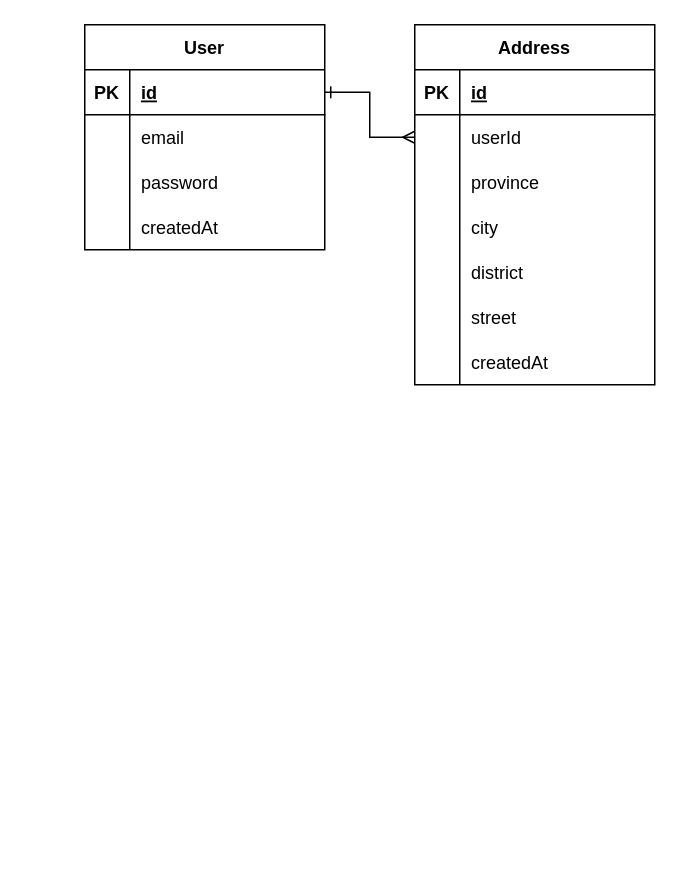
SudalKing/Shopping_mall keeps this draw.io diagram as 제목 없는 다이어그램.drawio. Above is the earlier version. Source tidied: cells renumbered, new cells numbered last; positions are measured from the earlier drawing's top-left corner, leaving out a move shared by most shapes. Both pictures are drawn from the tidied source at 150%, with x=0, y=0 at pixel (84, 24).
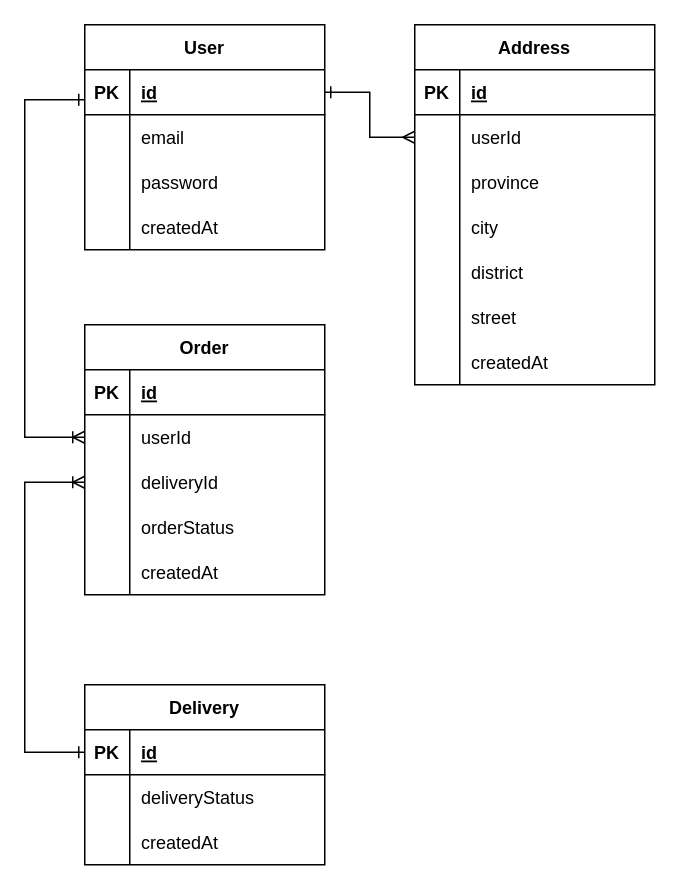
Above is the later version.

Commit message (it also covers changes not shown here):
제목 없는 다이어그램.drawio

What changed in the source:
```diff
@@
+    <mxCell id="38" value="Order" style="shape=table;startSize=30;childLayout=tableLayout;rowLines=0;fontStyle=1;align=center;" parent="1" vertex="1">
+      <mxGeometry y="200" width="160" height="180" as="geometry" />
+    </mxCell>
+    <mxCell id="39" style="shape=partialRectangle;fillColor=none;top=0;left=0;right=0;bottom=1;" parent="38" vertex="1">
+      <mxGeometry y="30" width="160" height="30" as="geometry" />
+    </mxCell>
+    <mxCell id="40" value="PK" style="shape=partialRectangle;overflow=hidden;fillColor=none;top=0;left=0;bottom=0;right=0;fontStyle=1;" parent="39" vertex="1">
+      <mxGeometry width="30" height="30" as="geometry" />
+    </mxCell>
+    <mxCell id="41" value="id" style="shape=partialRectangle;overflow=hidden;fillColor=none;top=0;left=0;bottom=0;right=0;align=left;spacingLeft=6;fontStyle=5;" parent="39" vertex="1">
+      <mxGeometry x="30" width="130" height="30" as="geometry" />
+    </mxCell>
+    <mxCell id="42" style="shape=partialRectangle;fillColor=none;points=[[0,0.5],[1,0.5]];portConstraint=eastwest;top=0;left=0;right=0;bottom=0;" parent="38" vertex="1">
+      <mxGeometry y="60" width="160" height="30" as="geometry" />
+    </mxCell>
+    <mxCell id="43" style="shape=partialRectangle;overflow=hidden;fillColor=none;top=0;left=0;bottom=0;right=0;" parent="42" vertex="1">
+      <mxGeometry width="30" height="30" as="geometry" />
+    </mxCell>
+    <mxCell id="44" value="userId" style="shape=partialRectangle;overflow=hidden;fillColor=none;top=0;left=0;bottom=0;right=0;align=left;spacingLeft=6;" parent="42" vertex="1">
+      <mxGeometry x="30" width="130" height="30" as="geometry" />
+    </mxCell>
+    <mxCell id="45" style="shape=partialRectangle;fillColor=none;points=[[0,0.5],[1,0.5]];portConstraint=eastwest;top=0;left=0;right=0;bottom=0;" parent="38" vertex="1">
+      <mxGeometry y="90" width="160" height="30" as="geometry" />
+    </mxCell>
+    <mxCell id="46" style="shape=partialRectangle;overflow=hidden;fillColor=none;top=0;left=0;bottom=0;right=0;" parent="45" vertex="1">
+      <mxGeometry width="30" height="30" as="geometry" />
+    </mxCell>
+    <mxCell id="47" value="deliveryId" style="shape=partialRectangle;overflow=hidden;fillColor=none;top=0;left=0;bottom=0;right=0;align=left;spacingLeft=6;" parent="45" vertex="1">
+      <mxGeometry x="30" width="130" height="30" as="geometry" />
+    </mxCell>
+    <mxCell id="48" style="shape=partialRectangle;fillColor=none;top=0;left=0;right=0;bottom=0;" parent="38" vertex="1">
+      <mxGeometry y="120" width="160" height="30" as="geometry" />
+    </mxCell>
+    <mxCell id="49" style="shape=partialRectangle;overflow=hidden;fillColor=none;top=0;left=0;bottom=0;right=0;" parent="48" vertex="1">
+      <mxGeometry width="30" height="30" as="geometry" />
+    </mxCell>
+    <mxCell id="50" value="orderStatus" style="shape=partialRectangle;overflow=hidden;fillColor=none;top=0;left=0;bottom=0;right=0;align=left;spacingLeft=6;" parent="48" vertex="1">
+      <mxGeometry x="30" width="130" height="30" as="geometry" />
+    </mxCell>
+    <mxCell id="51" style="shape=partialRectangle;fillColor=none;top=0;left=0;right=0;bottom=0;" parent="38" vertex="1">
+      <mxGeometry y="150" width="160" height="30" as="geometry" />
+    </mxCell>
+    <mxCell id="52" style="shape=partialRectangle;overflow=hidden;fillColor=none;top=0;left=0;bottom=0;right=0;" parent="51" vertex="1">
+      <mxGeometry width="30" height="30" as="geometry" />
+    </mxCell>
+    <mxCell id="53" value="createdAt" style="shape=partialRectangle;overflow=hidden;fillColor=none;top=0;left=0;bottom=0;right=0;align=left;spacingLeft=6;" parent="51" vertex="1">
+      <mxGeometry x="30" width="130" height="30" as="geometry" />
+    </mxCell>
+    <mxCell id="54" value="Delivery" style="shape=table;startSize=30;childLayout=tableLayout;rowLines=0;fontStyle=1;align=center;" parent="1" vertex="1">
+      <mxGeometry y="440" width="160" height="120" as="geometry" />
+    </mxCell>
+    <mxCell id="55" style="shape=partialRectangle;fillColor=none;points=[[0,0.5],[1,0.5]];portConstraint=eastwest;top=0;left=0;right=0;bottom=1;" parent="54" vertex="1">
+      <mxGeometry y="30" width="160" height="30" as="geometry" />
+    </mxCell>
+    <mxCell id="56" value="PK" style="shape=partialRectangle;overflow=hidden;fillColor=none;top=0;left=0;bottom=0;right=0;fontStyle=1;" parent="55" vertex="1">
+      <mxGeometry width="30" height="30" as="geometry" />
+    </mxCell>
+    <mxCell id="57" value="id" style="shape=partialRectangle;overflow=hidden;fillColor=none;top=0;left=0;bottom=0;right=0;align=left;spacingLeft=6;fontStyle=5;" parent="55" vertex="1">
+      <mxGeometry x="30" width="130" height="30" as="geometry" />
+    </mxCell>
+    <mxCell id="58" style="shape=partialRectangle;fillColor=none;top=0;left=0;right=0;bottom=0;" parent="54" vertex="1">
+      <mxGeometry y="60" width="160" height="30" as="geometry" />
+    </mxCell>
+    <mxCell id="59" style="shape=partialRectangle;overflow=hidden;fillColor=none;top=0;left=0;bottom=0;right=0;" parent="58" vertex="1">
+      <mxGeometry width="30" height="30" as="geometry" />
+    </mxCell>
+    <mxCell id="60" value="deliveryStatus" style="shape=partialRectangle;overflow=hidden;fillColor=none;top=0;left=0;bottom=0;right=0;align=left;spacingLeft=6;" parent="58" vertex="1">
+      <mxGeometry x="30" width="130" height="30" as="geometry" />
+    </mxCell>
+    <mxCell id="61" style="shape=partialRectangle;fillColor=none;top=0;left=0;right=0;bottom=0;" parent="54" vertex="1">
+      <mxGeometry y="90" width="160" height="30" as="geometry" />
+    </mxCell>
+    <mxCell id="62" style="shape=partialRectangle;overflow=hidden;fillColor=none;top=0;left=0;bottom=0;right=0;" parent="61" vertex="1">
+      <mxGeometry width="30" height="30" as="geometry" />
+    </mxCell>
+    <mxCell id="63" value="createdAt" style="shape=partialRectangle;overflow=hidden;fillColor=none;top=0;left=0;bottom=0;right=0;align=left;spacingLeft=6;" parent="61" vertex="1">
+      <mxGeometry x="30" width="130" height="30" as="geometry" />
+    </mxCell>
+    <mxCell id="64" style="edgeStyle=orthogonalEdgeStyle;rounded=0;jettySize=auto;html=1;entryX=0;entryY=0.5;entryDx=0;entryDy=0;exitX=0;exitY=0.5;exitDx=0;exitDy=0;endArrow=ERone;endFill=0;startArrow=ERoneToMany;startFill=0;" parent="1" edge="1" source="42">
+      <mxGeometry relative="1" as="geometry">
+        <mxPoint y="50" as="targetPoint" />
+        <Array as="points">
+          <mxPoint x="-40" y="275" />
+          <mxPoint x="-40" y="50" />
+        </Array>
+      </mxGeometry>
+    </mxCell>
+    <mxCell id="65" style="edgeStyle=orthogonalEdgeStyle;rounded=0;jettySize=auto;html=1;exitX=0;exitY=0.5;exitDx=0;exitDy=0;entryX=0;entryY=0.5;entryDx=0;entryDy=0;startArrow=ERone;startFill=0;endArrow=ERoneToMany;endFill=0;" parent="1" edge="1" source="55" target="45">
+      <mxGeometry relative="1" as="geometry">
+        <Array as="points">
+          <mxPoint x="-40" y="485" />
+          <mxPoint x="-40" y="305" />
+        </Array>
+      </mxGeometry>
+    </mxCell>
```
